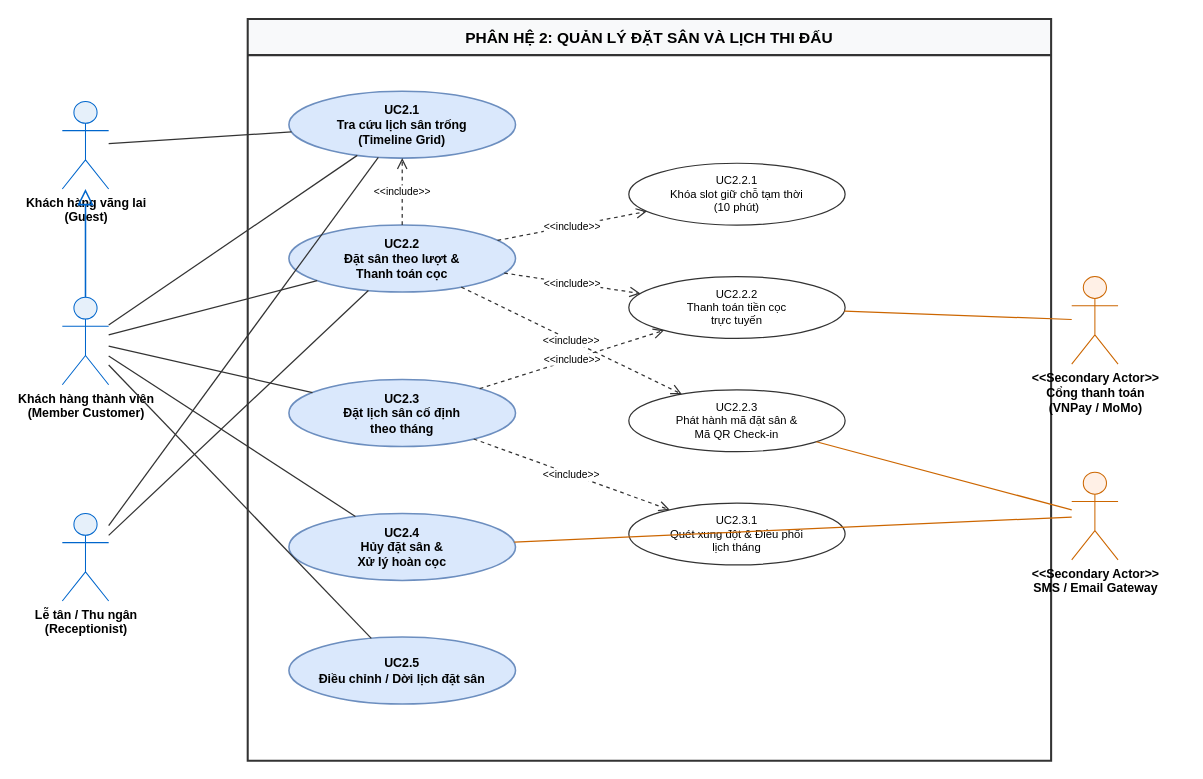
nphat-code/DoAn-OOAD-SGU keeps this draw.io diagram as page "02_PH2_DatSan_LichThiDau" (3 of 6) of BTH/BTH3_UsecaseDiagram/DoAn_OOAD_UseCaseDiagram.drawio. Above is the earlier version. Source tidied: cells renumbered, new cells numbered last; positions are measured from the earlier drawing's top-left corner, leaving out a move shared by most shapes. Both pictures are drawn from the tidied source at 103%, with x=0, y=0 at pixel (62, 19).
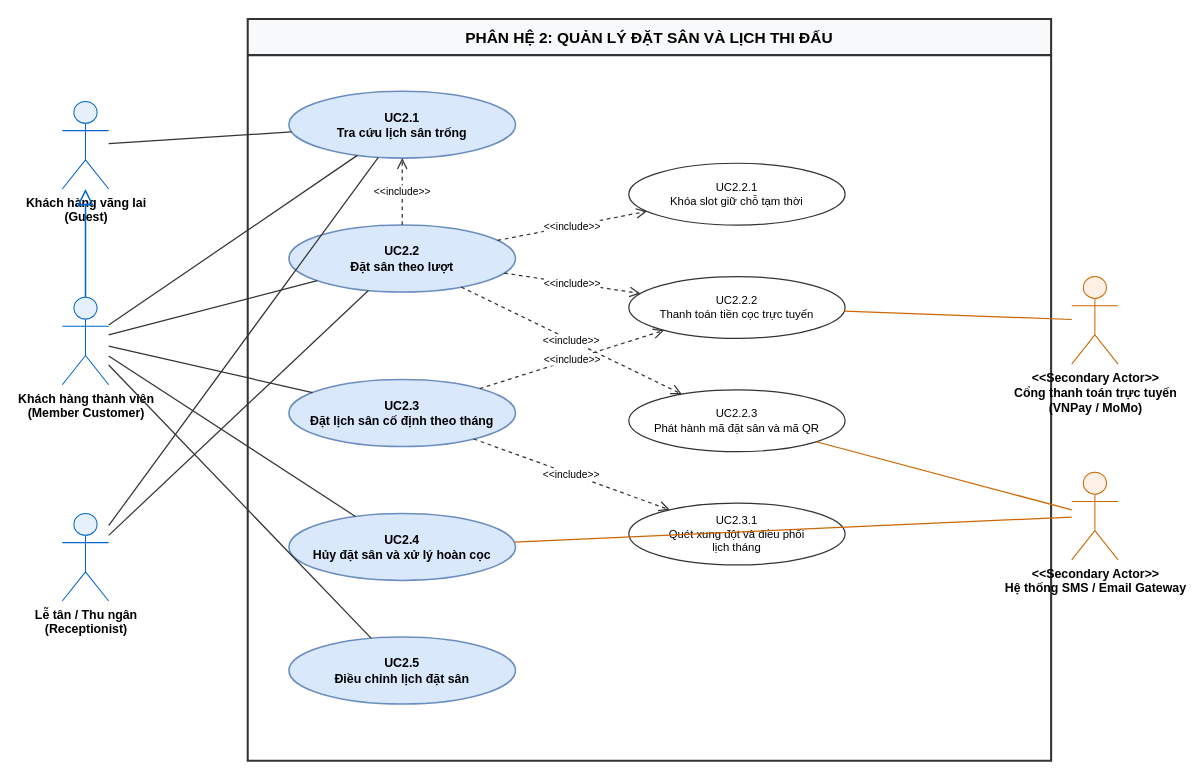
The same page after the edit.

Change to the diagram source:
```diff
@@
-    <mxCell id="6" value="&amp;lt;&amp;lt;Secondary Actor&amp;gt;&amp;gt;&#10;Cổng thanh toán&#10;(VNPay / MoMo)" style="shape=umlActor;verticalLabelPosition=bottom;verticalAlign=top;html=1;outlineConnect=0;fontFamily=Helvetica;fontSize=12;fontStyle=1;strokeColor=#CC6600;fillColor=#FFF0E6;" parent="1" vertex="1">
+    <mxCell id="6" value="&amp;lt;&amp;lt;Secondary Actor&amp;gt;&amp;gt;&#10;Cổng thanh toán trực tuyến&#10;(VNPay / MoMo)" style="shape=umlActor;verticalLabelPosition=bottom;verticalAlign=top;html=1;outlineConnect=0;fontFamily=Helvetica;fontSize=12;fontStyle=1;strokeColor=#CC6600;fillColor=#FFF0E6;" parent="1" vertex="1">
       <mxGeometry x="980" y="250" width="45" height="85" as="geometry" />
     </mxCell>
-    <mxCell id="7" value="&amp;lt;&amp;lt;Secondary Actor&amp;gt;&amp;gt;&#10;SMS / Email Gateway" style="shape=umlActor;verticalLabelPosition=bottom;verticalAlign=top;html=1;outlineConnect=0;fontFamily=Helvetica;fontSize=12;fontStyle=1;strokeColor=#CC6600;fillColor=#FFF0E6;" parent="1" vertex="1">
+    <mxCell id="7" value="&amp;lt;&amp;lt;Secondary Actor&amp;gt;&amp;gt;&#10;Hệ thống SMS / Email Gateway" style="shape=umlActor;verticalLabelPosition=bottom;verticalAlign=top;html=1;outlineConnect=0;fontFamily=Helvetica;fontSize=12;fontStyle=1;strokeColor=#CC6600;fillColor=#FFF0E6;" parent="1" vertex="1">
       <mxGeometry x="980" y="440" width="45" height="85" as="geometry" />
     </mxCell>
-    <mxCell id="8" value="UC2.1&#10;Tra cứu lịch sân trống&#10;(Timeline Grid)" style="ellipse;whiteSpace=wrap;html=1;fillColor=#DAE8FC;strokeColor=#6C8EBF;strokeWidth=1.5;fontFamily=Helvetica;fontSize=12;fontStyle=1;" parent="1" vertex="1">
+    <mxCell id="8" value="UC2.1&#10;Tra cứu lịch sân trống" style="ellipse;whiteSpace=wrap;html=1;fillColor=#DAE8FC;strokeColor=#6C8EBF;strokeWidth=1.5;fontFamily=Helvetica;fontSize=12;fontStyle=1;" parent="1" vertex="1">
       <mxGeometry x="220" y="70" width="220" height="65" as="geometry" />
     </mxCell>
-    <mxCell id="9" value="UC2.2&#10;Đặt sân theo lượt &amp;&#10;Thanh toán cọc" style="ellipse;whiteSpace=wrap;html=1;fillColor=#DAE8FC;strokeColor=#6C8EBF;strokeWidth=1.5;fontFamily=Helvetica;fontSize=12;fontStyle=1;" parent="1" vertex="1">
+    <mxCell id="9" value="UC2.2&#10;Đặt sân theo lượt" style="ellipse;whiteSpace=wrap;html=1;fillColor=#DAE8FC;strokeColor=#6C8EBF;strokeWidth=1.5;fontFamily=Helvetica;fontSize=12;fontStyle=1;" parent="1" vertex="1">
       <mxGeometry x="220" y="200" width="220" height="65" as="geometry" />
     </mxCell>
-    <mxCell id="10" value="UC2.3&#10;Đặt lịch sân cố định&#10;theo tháng" style="ellipse;whiteSpace=wrap;html=1;fillColor=#DAE8FC;strokeColor=#6C8EBF;strokeWidth=1.5;fontFamily=Helvetica;fontSize=12;fontStyle=1;" parent="1" vertex="1">
+    <mxCell id="10" value="UC2.3&#10;Đặt lịch sân cố định theo tháng" style="ellipse;whiteSpace=wrap;html=1;fillColor=#DAE8FC;strokeColor=#6C8EBF;strokeWidth=1.5;fontFamily=Helvetica;fontSize=12;fontStyle=1;" parent="1" vertex="1">
       <mxGeometry x="220" y="350" width="220" height="65" as="geometry" />
     </mxCell>
-    <mxCell id="11" value="UC2.4&#10;Hủy đặt sân &amp;&#10;Xử lý hoàn cọc" style="ellipse;whiteSpace=wrap;html=1;fillColor=#DAE8FC;strokeColor=#6C8EBF;strokeWidth=1.5;fontFamily=Helvetica;fontSize=12;fontStyle=1;" parent="1" vertex="1">
+    <mxCell id="11" value="UC2.4&#10;Hủy đặt sân và xử lý hoàn cọc" style="ellipse;whiteSpace=wrap;html=1;fillColor=#DAE8FC;strokeColor=#6C8EBF;strokeWidth=1.5;fontFamily=Helvetica;fontSize=12;fontStyle=1;" parent="1" vertex="1">
       <mxGeometry x="220" y="480" width="220" height="65" as="geometry" />
     </mxCell>
-    <mxCell id="12" value="UC2.5&#10;Điều chỉnh / Dời lịch đặt sân" style="ellipse;whiteSpace=wrap;html=1;fillColor=#DAE8FC;strokeColor=#6C8EBF;strokeWidth=1.5;fontFamily=Helvetica;fontSize=12;fontStyle=1;" parent="1" vertex="1">
+    <mxCell id="12" value="UC2.5&#10;Điều chỉnh lịch đặt sân" style="ellipse;whiteSpace=wrap;html=1;fillColor=#DAE8FC;strokeColor=#6C8EBF;strokeWidth=1.5;fontFamily=Helvetica;fontSize=12;fontStyle=1;" parent="1" vertex="1">
       <mxGeometry x="220" y="600" width="220" height="65" as="geometry" />
     </mxCell>
-    <mxCell id="13" value="UC2.2.1&#10;Khóa slot giữ chỗ tạm thời&#10;(10 phút)" style="ellipse;whiteSpace=wrap;html=1;fillColor=#FFFFFF;strokeColor=#333333;strokeWidth=1.2;fontFamily=Helvetica;fontSize=11;" parent="1" vertex="1">
+    <mxCell id="13" value="UC2.2.1&#10;Khóa slot giữ chỗ tạm thời" style="ellipse;whiteSpace=wrap;html=1;fillColor=#FFFFFF;strokeColor=#333333;strokeWidth=1.2;fontFamily=Helvetica;fontSize=11;" parent="1" vertex="1">
       <mxGeometry x="550" y="140" width="210" height="60" as="geometry" />
     </mxCell>
-    <mxCell id="14" value="UC2.2.2&#10;Thanh toán tiền cọc&#10;trực tuyến" style="ellipse;whiteSpace=wrap;html=1;fillColor=#FFFFFF;strokeColor=#333333;strokeWidth=1.2;fontFamily=Helvetica;fontSize=11;" parent="1" vertex="1">
+    <mxCell id="14" value="UC2.2.2&#10;Thanh toán tiền cọc trực tuyến" style="ellipse;whiteSpace=wrap;html=1;fillColor=#FFFFFF;strokeColor=#333333;strokeWidth=1.2;fontFamily=Helvetica;fontSize=11;" parent="1" vertex="1">
       <mxGeometry x="550" y="250" width="210" height="60" as="geometry" />
     </mxCell>
-    <mxCell id="15" value="UC2.2.3&#10;Phát hành mã đặt sân &amp;&#10;Mã QR Check-in" style="ellipse;whiteSpace=wrap;html=1;fillColor=#FFFFFF;strokeColor=#333333;strokeWidth=1.2;fontFamily=Helvetica;fontSize=11;" parent="1" vertex="1">
+    <mxCell id="15" value="UC2.2.3&#10;Phát hành mã đặt sân và mã QR" style="ellipse;whiteSpace=wrap;html=1;fillColor=#FFFFFF;strokeColor=#333333;strokeWidth=1.2;fontFamily=Helvetica;fontSize=11;" parent="1" vertex="1">
       <mxGeometry x="550" y="360" width="210" height="60" as="geometry" />
     </mxCell>
-    <mxCell id="16" value="UC2.3.1&#10;Quét xung đột &amp; Điều phối&#10;lịch tháng" style="ellipse;whiteSpace=wrap;html=1;fillColor=#FFFFFF;strokeColor=#333333;strokeWidth=1.2;fontFamily=Helvetica;fontSize=11;" parent="1" vertex="1">
+    <mxCell id="16" value="UC2.3.1&#10;Quét xung đột và điều phối&#10;lịch tháng" style="ellipse;whiteSpace=wrap;html=1;fillColor=#FFFFFF;strokeColor=#333333;strokeWidth=1.2;fontFamily=Helvetica;fontSize=11;" parent="1" vertex="1">
       <mxGeometry x="550" y="470" width="210" height="60" as="geometry" />
     </mxCell>
```
